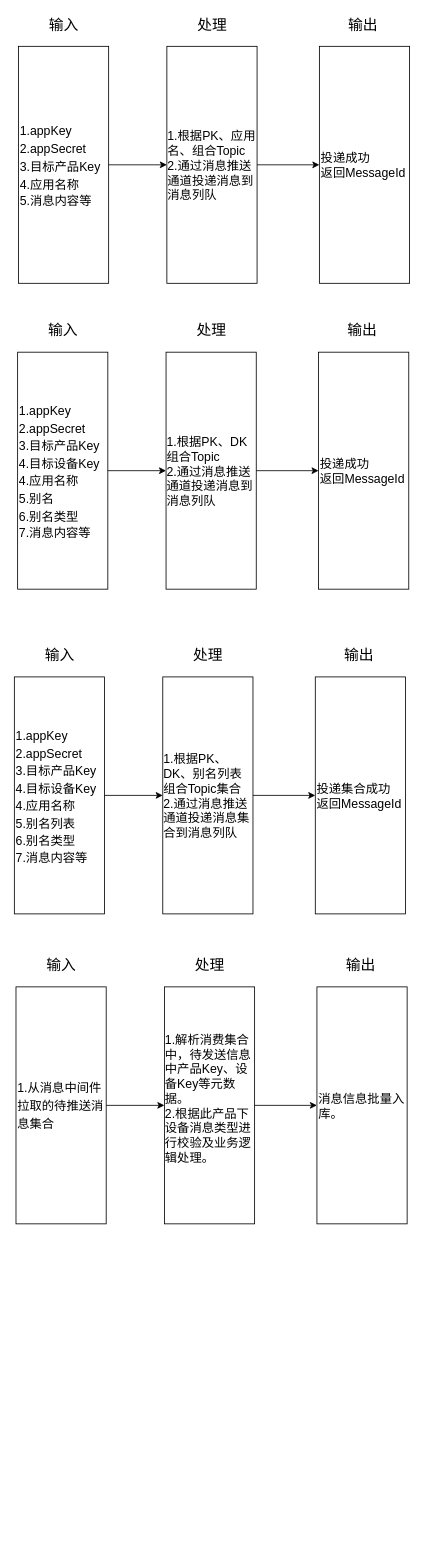
Earlier version of the draw.io diagram 设备消息解析IPO.drawio (wjwzero/DesignDrawing-). Source tidied: cells renumbered, new cells numbered last; positions are measured from the earlier drawing's top-left corner, leaving out a move shared by most shapes. Both pictures are drawn from the tidied source at 82%, with x=0, y=0 at pixel (14, 14).
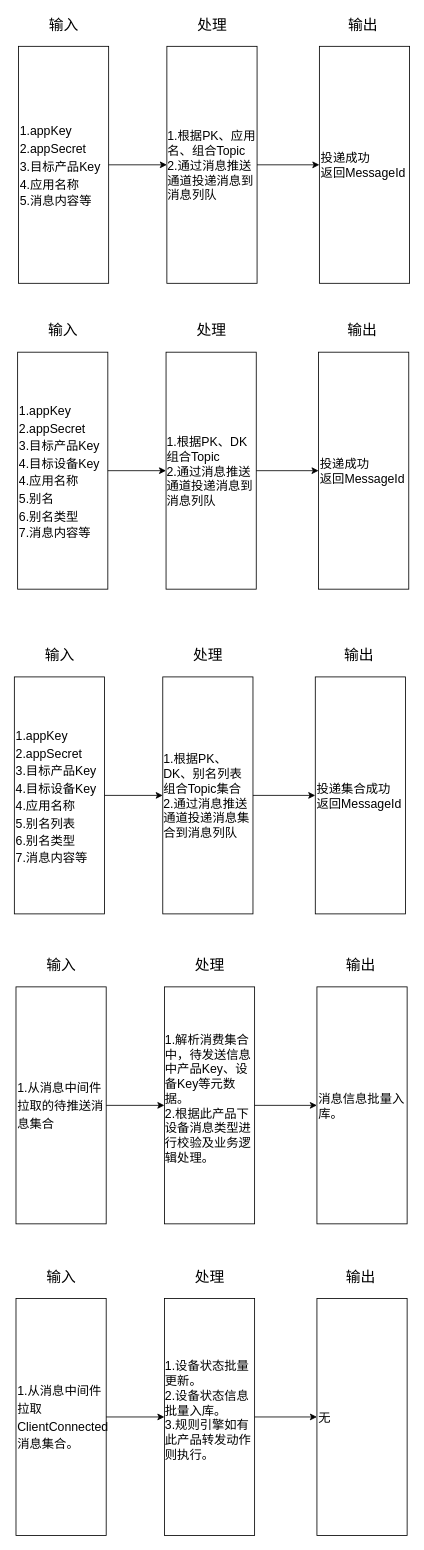
The same page after the edit.

Commit message:
更新设备消息解析IPO.drawio

The edit, as a diff of the source:
```diff
@@
+    <mxCell id="50" style="group;" parent="1" vertex="1">
+      <mxGeometry x="2" y="1527" width="477" height="328" as="geometry" />
+    </mxCell>
+    <mxCell id="51" style="group;" parent="50" vertex="1">
+      <mxGeometry x="367" width="110" height="328" as="geometry" />
+    </mxCell>
+    <mxCell id="52" value="无" style="rounded=0;whiteSpace=wrap;html=1;fontSize=15;align=left;" parent="51" vertex="1">
+      <mxGeometry y="39" width="110" height="289" as="geometry" />
+    </mxCell>
+    <mxCell id="53" value="输出" style="text;html=1;align=center;verticalAlign=middle;fontSize=18;" parent="51" vertex="1">
+      <mxGeometry x="30" width="46" height="26" as="geometry" />
+    </mxCell>
+    <mxCell id="54" style="group;" parent="50" vertex="1">
+      <mxGeometry x="181" width="110" height="328" as="geometry" />
+    </mxCell>
+    <mxCell id="55" value="&lt;div style=&quot;text-align: left&quot;&gt;1.设备状态批量更新。&lt;br&gt;2.设备状态信息批量入库。&lt;/div&gt;&lt;div style=&quot;text-align: left&quot;&gt;3.规则引擎如有此产品转发动作则执行。&lt;/div&gt;&lt;div style=&quot;text-align: left&quot;&gt;&lt;br&gt;&lt;/div&gt;" style="rounded=0;whiteSpace=wrap;html=1;fontSize=15;" parent="54" vertex="1">
+      <mxGeometry y="39" width="110" height="289" as="geometry" />
+    </mxCell>
+    <mxCell id="56" value="处理" style="text;html=1;align=center;verticalAlign=middle;fontSize=18;" parent="54" vertex="1">
+      <mxGeometry x="32" width="46" height="26" as="geometry" />
+    </mxCell>
+    <mxCell id="57" style="group;" parent="50" vertex="1">
+      <mxGeometry width="110" height="328" as="geometry" />
+    </mxCell>
+    <mxCell id="58" value="&lt;font style=&quot;font-size: 15px&quot;&gt;1.从消息中间件拉取ClientConnected消息集合。&lt;br&gt;&lt;/font&gt;" style="rounded=0;whiteSpace=wrap;html=1;fontSize=18;align=left;" parent="57" vertex="1">
+      <mxGeometry y="39" width="110" height="289" as="geometry" />
+    </mxCell>
+    <mxCell id="59" value="输入" style="text;html=1;align=center;verticalAlign=middle;fontSize=18;" parent="57" vertex="1">
+      <mxGeometry x="32" width="46" height="26" as="geometry" />
+    </mxCell>
+    <mxCell id="60" style="endArrow=classic;html=1;fontSize=18;exitX=1;exitY=0.5;exitDx=0;exitDy=0;" parent="50" edge="1" source="58" target="55">
+      <mxGeometry relative="1" as="geometry" />
+    </mxCell>
+    <mxCell id="61" style="edgeStyle=orthogonalEdgeStyle;rounded=0;jettySize=auto;html=1;exitX=1;exitY=0.5;exitDx=0;exitDy=0;entryX=0;entryY=0.5;entryDx=0;entryDy=0;endArrow=classic;endFill=1;fontSize=18;" parent="50" edge="1" source="55" target="52">
+      <mxGeometry relative="1" as="geometry" />
+    </mxCell>
```
